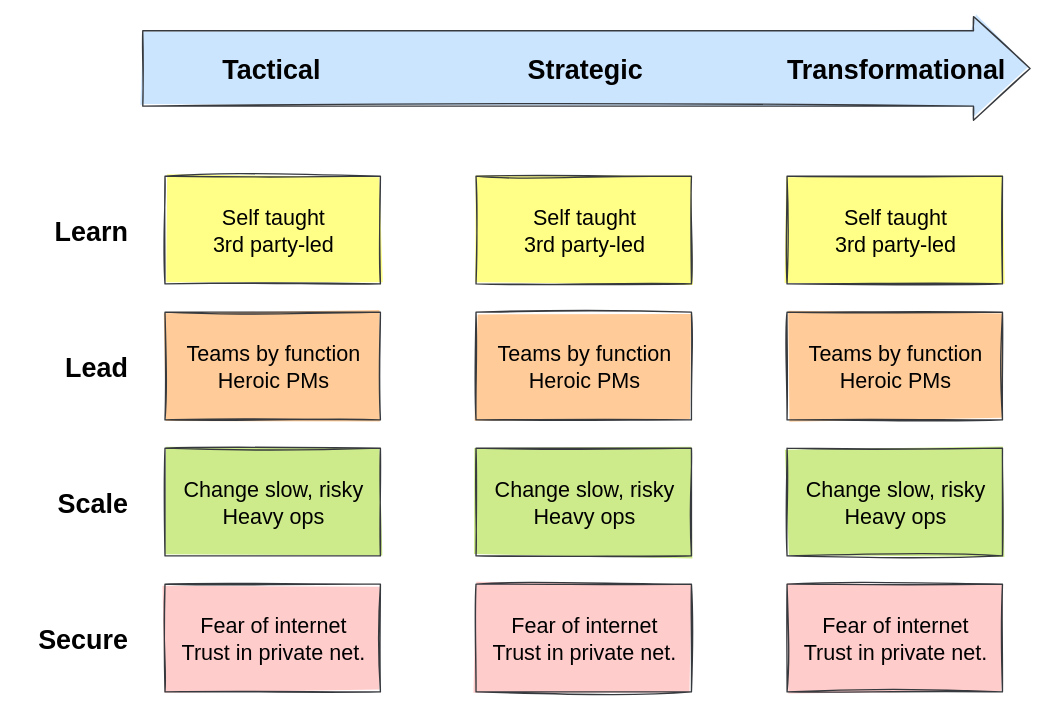
This is content/files/cloud_maturity_scale.svg from TheRealMattDunn/mattdunn.info, a draw.io export, as it was before one commit. Source tidied: cells renumbered, new cells last; positions are measured from the earlier drawing's top-left corner, leaving out a move shared by most shapes.
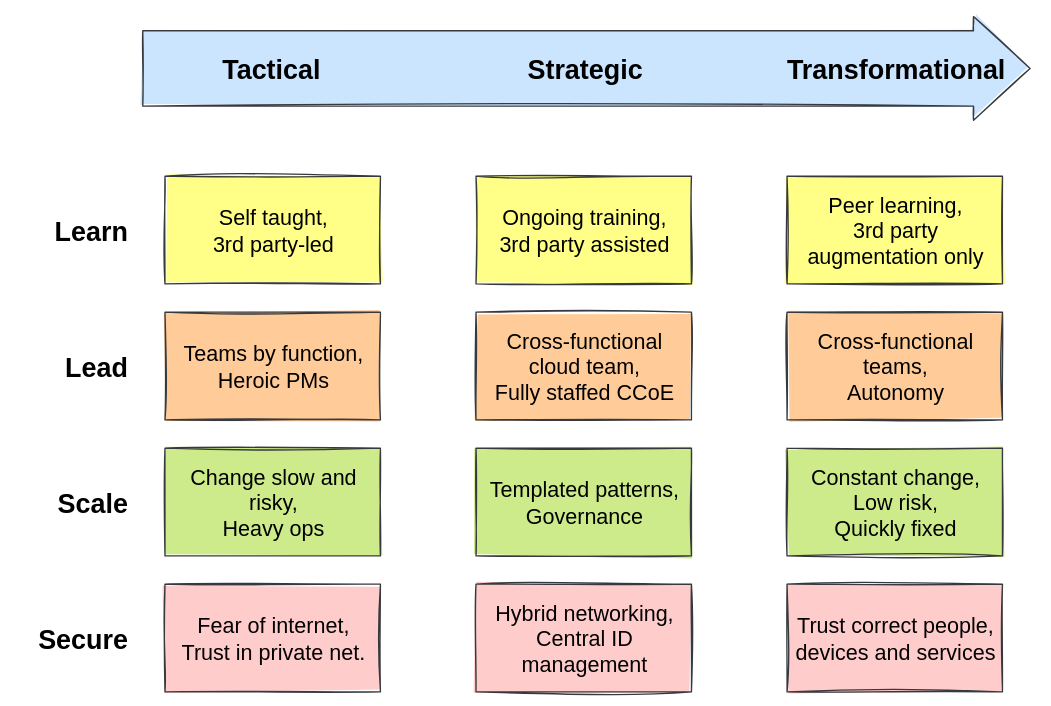
After the change.

Commit message:
Added correct descriptions

What changed in the source:
```diff
@@ -8,40 +8,40 @@
         <mxPoint x="750" y="15" as="targetPoint" />
       </mxGeometry>
     </mxCell>
-    <mxCell id="3" value="Self taught&lt;br style=&quot;font-size: 16px;&quot;&gt;3rd party-led" style="rounded=0;whiteSpace=wrap;html=1;fontSize=16;align=center;fillColor=#ffff88;strokeColor=#36393d;sketch=1;fillStyle=solid;" parent="1" vertex="1">
+    <mxCell id="3" value="Self taught,&lt;br style=&quot;font-size: 16px&quot;&gt;3rd party-led" style="rounded=0;whiteSpace=wrap;html=1;fontSize=16;align=center;fillColor=#ffff88;strokeColor=#36393d;sketch=1;fillStyle=solid;" parent="1" vertex="1">
       <mxGeometry x="107" y="95" width="160" height="80" as="geometry" />
     </mxCell>
-    <mxCell id="4" value="Teams by function&lt;br&gt;Heroic PMs" style="rounded=0;whiteSpace=wrap;html=1;fontSize=16;align=center;sketch=1;fillStyle=solid;fillColor=#ffcc99;strokeColor=#36393d;" parent="1" vertex="1">
+    <mxCell id="4" value="Teams by function,&lt;br&gt;Heroic PMs" style="rounded=0;whiteSpace=wrap;html=1;fontSize=16;align=center;sketch=1;fillStyle=solid;fillColor=#ffcc99;strokeColor=#36393d;" parent="1" vertex="1">
       <mxGeometry x="107" y="196" width="160" height="80" as="geometry" />
     </mxCell>
-    <mxCell id="5" value="Change slow, risky&lt;br&gt;Heavy ops" style="rounded=0;whiteSpace=wrap;html=1;fontSize=16;align=center;sketch=1;fillStyle=solid;fillColor=#cdeb8b;strokeColor=#36393d;" parent="1" vertex="1">
+    <mxCell id="5" value="Change slow and risky,&lt;br&gt;Heavy ops" style="rounded=0;whiteSpace=wrap;html=1;fontSize=16;align=center;sketch=1;fillStyle=solid;fillColor=#cdeb8b;strokeColor=#36393d;" parent="1" vertex="1">
       <mxGeometry x="107" y="297" width="160" height="80" as="geometry" />
     </mxCell>
-    <mxCell id="6" value="Fear of internet&lt;br&gt;Trust in private net." style="rounded=0;whiteSpace=wrap;html=1;fontSize=16;align=center;sketch=1;fillStyle=solid;fillColor=#ffcccc;strokeColor=#36393d;" parent="1" vertex="1">
+    <mxCell id="6" value="Fear of internet,&lt;br&gt;Trust in private net." style="rounded=0;whiteSpace=wrap;html=1;fontSize=16;align=center;sketch=1;fillStyle=solid;fillColor=#ffcccc;strokeColor=#36393d;" parent="1" vertex="1">
       <mxGeometry x="107" y="398" width="160" height="80" as="geometry" />
     </mxCell>
-    <mxCell id="7" value="Self taught&lt;br style=&quot;font-size: 16px;&quot;&gt;3rd party-led" style="rounded=0;whiteSpace=wrap;html=1;fontSize=16;align=center;fillColor=#ffff88;strokeColor=#36393d;sketch=1;fillStyle=solid;" parent="1" vertex="1">
+    <mxCell id="7" value="Ongoing training,&lt;br&gt;3rd party assisted" style="rounded=0;whiteSpace=wrap;html=1;fontSize=16;align=center;fillColor=#ffff88;strokeColor=#36393d;sketch=1;fillStyle=solid;" parent="1" vertex="1">
       <mxGeometry x="338" y="95" width="160" height="80" as="geometry" />
     </mxCell>
-    <mxCell id="8" value="Teams by function&lt;br&gt;Heroic PMs" style="rounded=0;whiteSpace=wrap;html=1;fontSize=16;align=center;sketch=1;fillStyle=solid;fillColor=#ffcc99;strokeColor=#36393d;" parent="1" vertex="1">
+    <mxCell id="8" value="Cross-functional cloud team,&lt;br&gt;Fully staffed CCoE" style="rounded=0;whiteSpace=wrap;html=1;fontSize=16;align=center;sketch=1;fillStyle=solid;fillColor=#ffcc99;strokeColor=#36393d;" parent="1" vertex="1">
       <mxGeometry x="338" y="196" width="160" height="80" as="geometry" />
     </mxCell>
-    <mxCell id="9" value="Change slow, risky&lt;br&gt;Heavy ops" style="rounded=0;whiteSpace=wrap;html=1;fontSize=16;align=center;sketch=1;fillStyle=solid;fillColor=#cdeb8b;strokeColor=#36393d;" parent="1" vertex="1">
+    <mxCell id="9" value="Templated patterns,&lt;br&gt;Governance" style="rounded=0;whiteSpace=wrap;html=1;fontSize=16;align=center;sketch=1;fillStyle=solid;fillColor=#cdeb8b;strokeColor=#36393d;" parent="1" vertex="1">
       <mxGeometry x="338" y="297" width="160" height="80" as="geometry" />
     </mxCell>
-    <mxCell id="10" value="Fear of internet&lt;br&gt;Trust in private net." style="rounded=0;whiteSpace=wrap;html=1;fontSize=16;align=center;sketch=1;fillStyle=solid;fillColor=#ffcccc;strokeColor=#36393d;" parent="1" vertex="1">
+    <mxCell id="10" value="Hybrid networking,&lt;br&gt;Central ID management" style="rounded=0;whiteSpace=wrap;html=1;fontSize=16;align=center;sketch=1;fillStyle=solid;fillColor=#ffcccc;strokeColor=#36393d;" parent="1" vertex="1">
       <mxGeometry x="338" y="398" width="160" height="80" as="geometry" />
     </mxCell>
-    <mxCell id="11" value="Self taught&lt;br style=&quot;font-size: 16px;&quot;&gt;3rd party-led" style="rounded=0;whiteSpace=wrap;html=1;fontSize=16;align=center;fillColor=#ffff88;strokeColor=#36393d;sketch=1;fillStyle=solid;" parent="1" vertex="1">
+    <mxCell id="11" value="Peer learning,&lt;br&gt;3rd party augmentation only" style="rounded=0;whiteSpace=wrap;html=1;fontSize=16;align=center;fillColor=#ffff88;strokeColor=#36393d;sketch=1;fillStyle=solid;" parent="1" vertex="1">
       <mxGeometry x="569" y="95" width="160" height="80" as="geometry" />
     </mxCell>
-    <mxCell id="12" value="Teams by function&lt;br&gt;Heroic PMs" style="rounded=0;whiteSpace=wrap;html=1;fontSize=16;align=center;sketch=1;fillStyle=solid;fillColor=#ffcc99;strokeColor=#36393d;" parent="1" vertex="1">
+    <mxCell id="12" value="Cross-functional teams,&lt;br&gt;Autonomy" style="rounded=0;whiteSpace=wrap;html=1;fontSize=16;align=center;sketch=1;fillStyle=solid;fillColor=#ffcc99;strokeColor=#36393d;" parent="1" vertex="1">
       <mxGeometry x="569" y="196" width="160" height="80" as="geometry" />
     </mxCell>
-    <mxCell id="13" value="Change slow, risky&lt;br&gt;Heavy ops" style="rounded=0;whiteSpace=wrap;html=1;fontSize=16;align=center;sketch=1;fillStyle=solid;fillColor=#cdeb8b;strokeColor=#36393d;" parent="1" vertex="1">
+    <mxCell id="13" value="Constant change,&lt;br&gt;Low risk,&lt;br&gt;Quickly fixed" style="rounded=0;whiteSpace=wrap;html=1;fontSize=16;align=center;sketch=1;fillStyle=solid;fillColor=#cdeb8b;strokeColor=#36393d;" parent="1" vertex="1">
       <mxGeometry x="569" y="297" width="160" height="80" as="geometry" />
     </mxCell>
-    <mxCell id="14" value="Fear of internet&lt;br&gt;Trust in private net." style="rounded=0;whiteSpace=wrap;html=1;fontSize=16;align=center;sketch=1;fillStyle=solid;fillColor=#ffcccc;strokeColor=#36393d;" parent="1" vertex="1">
+    <mxCell id="14" value="Trust correct people, devices and services" style="rounded=0;whiteSpace=wrap;html=1;fontSize=16;align=center;sketch=1;fillStyle=solid;fillColor=#ffcccc;strokeColor=#36393d;" parent="1" vertex="1">
       <mxGeometry x="569" y="398" width="160" height="80" as="geometry" />
     </mxCell>
     <mxCell id="15" value="&lt;b&gt;Tactical&lt;/b&gt;" style="text;html=1;align=center;verticalAlign=middle;strokeColor=none;fontSize=20;" parent="1" vertex="1">
```
